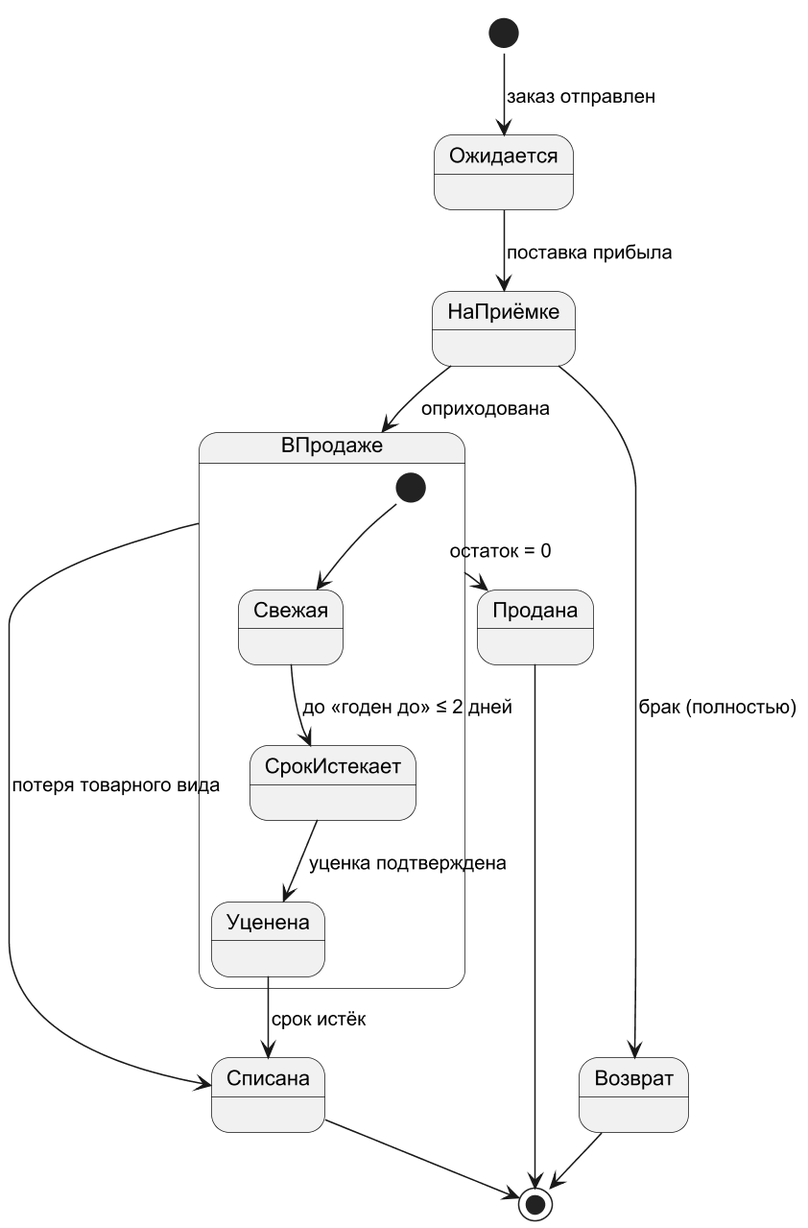
This is diagrams/uml_state.png from DarkSwordman999/flower-demand-planning, a PlantUML export, as it was before one commit. Its source is kept beside it as diagrams/uml_state.puml. Its diagram source:
```plantuml
@startuml
!pragma layout smetana
skinparam dpi 150
skinparam defaultFontName Arial
skinparam shadowing false
skinparam monochrome true
[*] --> Ожидается : заказ отправлен
Ожидается --> НаПриёмке : поставка прибыла
НаПриёмке --> ВПродаже : оприходована
НаПриёмке --> Возврат : брак (полностью)
state ВПродаже {
  [*] --> Свежая
  Свежая --> СрокИстекает : до «годен до» ≤ 2 дней
  СрокИстекает --> Уценена : уценка подтверждена
}
ВПродаже --> Продана : остаток = 0
ВПродаже --> Списана : потеря товарного вида
Уценена --> Списана : срок истёк
Продана --> [*]
Списана --> [*]
Возврат --> [*]
@enduml
```
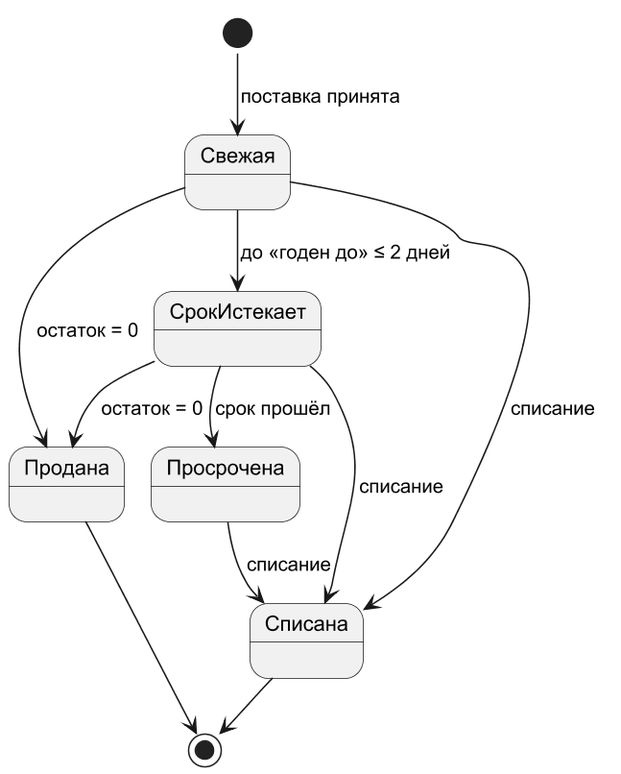
After the change.

What changed in the source:
```diff
@@ -4,19 +4,14 @@
 skinparam defaultFontName Arial
 skinparam shadowing false
 skinparam monochrome true
-[*] --> Ожидается : заказ отправлен
-Ожидается --> НаПриёмке : поставка прибыла
-НаПриёмке --> ВПродаже : оприходована
-НаПриёмке --> Возврат : брак (полностью)
-state ВПродаже {
-  [*] --> Свежая
-  Свежая --> СрокИстекает : до «годен до» ≤ 2 дней
-  СрокИстекает --> Уценена : уценка подтверждена
-}
-ВПродаже --> Продана : остаток = 0
-ВПродаже --> Списана : потеря товарного вида
-Уценена --> Списана : срок истёк
+[*] --> Свежая : поставка принята
+Свежая --> СрокИстекает : до «годен до» ≤ 2 дней
+СрокИстекает --> Просрочена : срок прошёл
+Свежая --> Продана : остаток = 0
+СрокИстекает --> Продана : остаток = 0
+Свежая --> Списана : списание
+СрокИстекает --> Списана : списание
+Просрочена --> Списана : списание
 Продана --> [*]
 Списана --> [*]
-Возврат --> [*]
 @enduml
```
